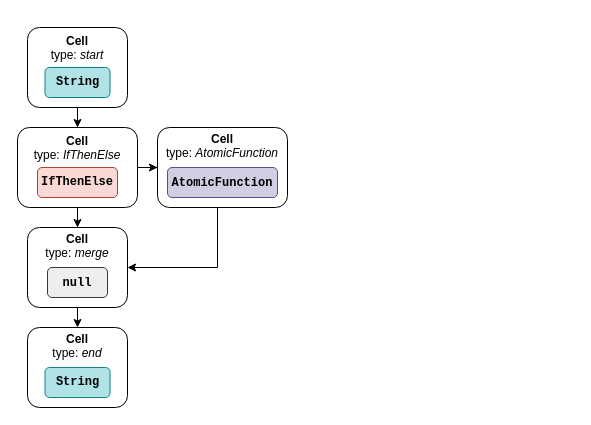
Before: doc/img/cell-user-objects.drawio in sashkoristov/FCEditor, a draw.io diagram. Source tidied: cells renumbered, new cells numbered last; positions are measured from the earlier drawing's top-left corner, leaving out a move shared by most shapes. Both pictures are drawn from the tidied source at 100%, with x=0, y=0 at pixel (17, 27).
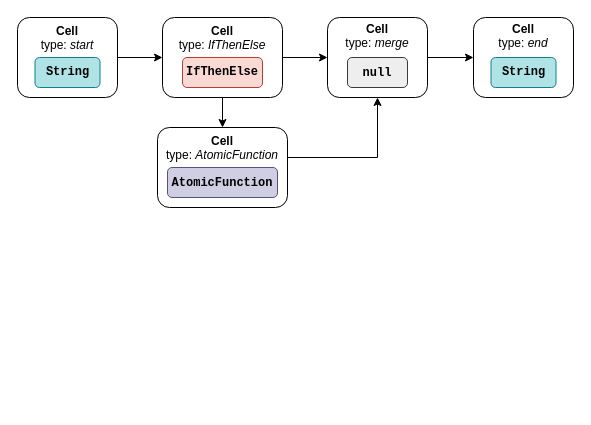
After the change.

Diff of the diagram source:
```diff
@@
 <mxGraphModel>
   <root>
     <mxCell id="0" />
     <mxCell id="1" parent="0" />
     <mxCell id="2" value="&lt;div&gt;Cell&lt;/div&gt;&lt;div&gt;&lt;span style=&quot;font-weight: normal&quot;&gt;type: &lt;i&gt;IfThenElse&lt;/i&gt;&lt;/span&gt;&lt;br&gt;&lt;/div&gt;" style="rounded=1;whiteSpace=wrap;html=1;verticalAlign=top;fontStyle=1;spacingTop=0;" parent="1" vertex="1">
-      <mxGeometry y="100" width="120" height="80" as="geometry" />
+      <mxGeometry x="145" y="-10" width="120" height="80" as="geometry" />
     </mxCell>
     <mxCell id="3" value="&lt;div&gt;Cell&lt;/div&gt;&lt;div&gt;&lt;span style=&quot;font-weight: normal&quot;&gt;type: &lt;i&gt;start&lt;/i&gt;&lt;/span&gt;&lt;br&gt;&lt;/div&gt;" style="rounded=1;whiteSpace=wrap;html=1;verticalAlign=top;fontStyle=1;spacingTop=0;" parent="1" vertex="1">
-      <mxGeometry x="10" width="100" height="80" as="geometry" />
+      <mxGeometry y="-10" width="100" height="80" as="geometry" />
     </mxCell>
     <mxCell id="4" style="edgeStyle=orthogonalEdgeStyle;rounded=0;jettySize=auto;html=1;" parent="1" edge="1" source="3" target="2">
       <mxGeometry relative="1" as="geometry" />
     </mxCell>
     <mxCell id="5" style="edgeStyle=orthogonalEdgeStyle;rounded=0;jettySize=auto;html=1;" parent="1" edge="1" source="2" target="8">
       <mxGeometry relative="1" as="geometry" />
     </mxCell>
-    <mxCell id="6" style="edgeStyle=orthogonalEdgeStyle;rounded=0;jettySize=auto;html=1;exitX=0.5;exitY=1;exitDx=0;exitDy=0;" parent="1" edge="1" source="2" target="13">
+    <mxCell id="6" style="edgeStyle=orthogonalEdgeStyle;rounded=0;jettySize=auto;html=1;" parent="1" edge="1" source="2" target="13">
       <mxGeometry relative="1" as="geometry" />
     </mxCell>
     <mxCell id="7" style="edgeStyle=orthogonalEdgeStyle;rounded=0;jettySize=auto;html=1;" parent="1" edge="1" source="8" target="13">
       <mxGeometry relative="1" as="geometry">
         <Array as="points">
-          <mxPoint x="200" y="240" />
+          <mxPoint x="360" y="130" />
         </Array>
       </mxGeometry>
     </mxCell>
-    <mxCell id="8" value="&lt;div&gt;Cell&lt;/div&gt;&lt;div&gt;&lt;span style=&quot;font-weight: normal&quot;&gt;type: &lt;i&gt;AtomicFunction&lt;/i&gt;&lt;/span&gt;&lt;br&gt;&lt;/div&gt;" style="rounded=1;whiteSpace=wrap;html=1;verticalAlign=top;fontStyle=1;spacingTop=-2;" parent="1" vertex="1">
+    <mxCell id="8" value="&lt;div&gt;Cell&lt;/div&gt;&lt;div&gt;&lt;span style=&quot;font-weight: normal&quot;&gt;type: &lt;i&gt;AtomicFunction&lt;/i&gt;&lt;/span&gt;&lt;br&gt;&lt;/div&gt;" style="rounded=1;whiteSpace=wrap;html=1;verticalAlign=top;fontStyle=1;spacingTop=0;" parent="1" vertex="1">
       <mxGeometry x="140" y="100" width="130" height="80" as="geometry" />
     </mxCell>
     <mxCell id="9" value="String" style="rounded=1;whiteSpace=wrap;html=1;fillColor=#b0e3e6;strokeColor=#0e8088;fontFamily=Courier New;fontStyle=1;" parent="1" vertex="1">
-      <mxGeometry x="27.5" y="40" width="65" height="30" as="geometry" />
+      <mxGeometry x="17.5" y="30" width="65" height="30" as="geometry" />
     </mxCell>
     <mxCell id="10" value="IfThenElse" style="rounded=1;whiteSpace=wrap;html=1;fillColor=#fad9d5;strokeColor=#ae4132;fontFamily=Courier New;fontStyle=1;" parent="1" vertex="1">
-      <mxGeometry x="20" y="140" width="80" height="30" as="geometry" />
+      <mxGeometry x="165" y="30" width="80" height="30" as="geometry" />
     </mxCell>
     <mxCell id="11" value="&lt;b&gt;&lt;font face=&quot;Courier New&quot;&gt;AtomicFunction&lt;/font&gt;&lt;/b&gt;" style="rounded=1;whiteSpace=wrap;html=1;fillColor=#d0cee2;strokeColor=#56517e;" parent="1" vertex="1">
       <mxGeometry x="150" y="140" width="110" height="30" as="geometry" />
     </mxCell>
-    <mxCell id="12" style="edgeStyle=orthogonalEdgeStyle;rounded=0;jettySize=auto;html=1;exitX=0.5;exitY=1;exitDx=0;exitDy=0;entryX=0.5;entryY=0;entryDx=0;entryDy=0;fontFamily=Courier New;" parent="1" edge="1" source="13" target="15">
+    <mxCell id="12" style="edgeStyle=orthogonalEdgeStyle;rounded=0;jettySize=auto;html=1;fontFamily=Courier New;" parent="1" edge="1" source="13" target="15">
       <mxGeometry relative="1" as="geometry" />
     </mxCell>
     <mxCell id="13" value="&lt;div&gt;Cell&lt;/div&gt;&lt;div&gt;&lt;span style=&quot;font-weight: normal&quot;&gt;type: &lt;i&gt;merge&lt;/i&gt;&lt;/span&gt;&lt;br&gt;&lt;/div&gt;" style="rounded=1;whiteSpace=wrap;html=1;verticalAlign=top;fontStyle=1;spacingTop=-2;" parent="1" vertex="1">
-      <mxGeometry x="10" y="200" width="100" height="80" as="geometry" />
+      <mxGeometry x="310" y="-10" width="100" height="80" as="geometry" />
     </mxCell>
     <mxCell id="14" value="&lt;font face=&quot;Courier New&quot;&gt;&lt;b&gt;null&lt;/b&gt;&lt;/font&gt;" style="rounded=1;whiteSpace=wrap;html=1;fillColor=#eeeeee;strokeColor=#36393d;" parent="1" vertex="1">
-      <mxGeometry x="30" y="240" width="60" height="30" as="geometry" />
+      <mxGeometry x="330" y="30" width="60" height="30" as="geometry" />
     </mxCell>
     <mxCell id="15" value="&lt;div&gt;Cell&lt;/div&gt;&lt;div&gt;&lt;span style=&quot;font-weight: normal&quot;&gt;type: &lt;i&gt;end&lt;/i&gt;&lt;/span&gt;&lt;br&gt;&lt;/div&gt;" style="rounded=1;whiteSpace=wrap;html=1;verticalAlign=top;fontStyle=1;spacingTop=-2;" parent="1" vertex="1">
-      <mxGeometry x="10" y="300" width="100" height="80" as="geometry" />
+      <mxGeometry x="456" y="-10" width="100" height="80" as="geometry" />
     </mxCell>
     <mxCell id="16" value="String" style="rounded=1;whiteSpace=wrap;html=1;fillColor=#b0e3e6;strokeColor=#0e8088;fontFamily=Courier New;fontStyle=1;" parent="1" vertex="1">
-      <mxGeometry x="27.5" y="340" width="65" height="30" as="geometry" />
+      <mxGeometry x="473.5" y="30" width="65" height="30" as="geometry" />
     </mxCell>
   </root>
 </mxGraphModel>
```
